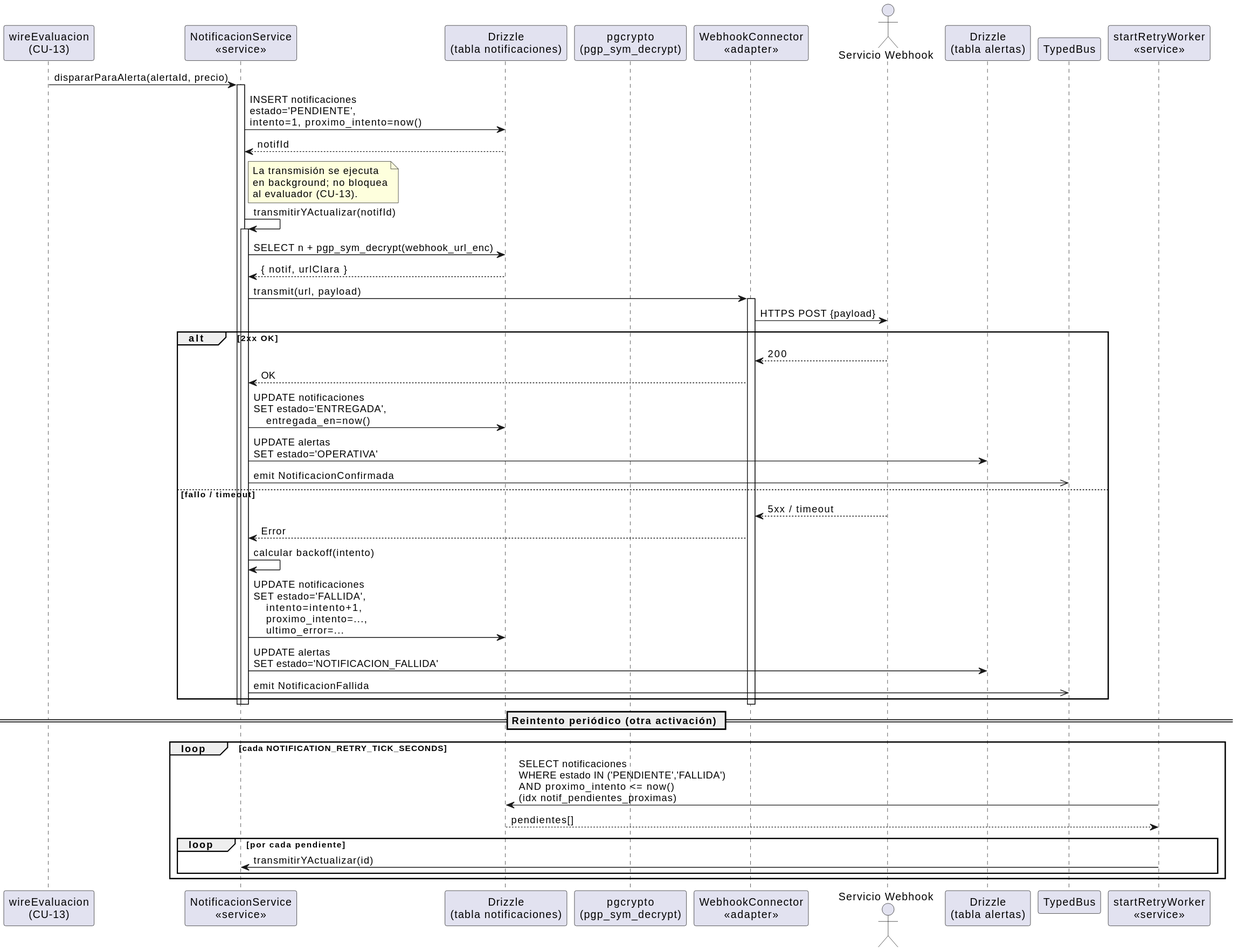
The PlantUML diagram imagenes/capitulo3/diseno-secuencia-CU-14.svg in nekiiiiis/tfg, before a commit.
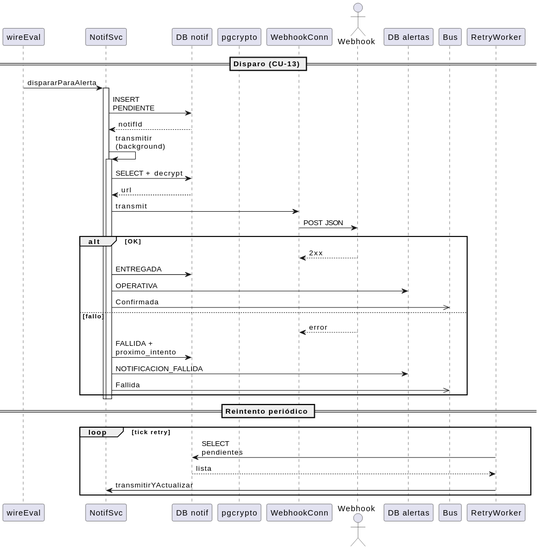
After the commit.

Change to the diagram source:
```diff
@@ -1,61 +1,50 @@
 @startuml
+scale 0.75
 skinparam shadowing false
+skinparam maxMessageSize 120
 
-participant "wireEvaluacion\n(CU-13)" as EV
-participant "NotificacionService\n<<service>>" as NS
-participant "Drizzle\n(tabla notificaciones)" as DB
-participant "pgcrypto\n(pgp_sym_decrypt)" as CRY
-participant "WebhookConnector\n<<adapter>>" as WHC
-actor "Servicio Webhook" as SW
-participant "Drizzle\n(tabla alertas)" as ADB
-participant "TypedBus" as BUS
+participant "wireEval" as EV
+participant "NotifSvc" as NS
+participant "DB notif" as DB
+participant "pgcrypto" as CRY
+participant "WebhookConn" as WHC
+actor "Webhook" as SW
+participant "DB alertas" as ADB
+participant "Bus" as BUS
+participant "RetryWorker" as RW
 
-EV -> NS : dispararParaAlerta(alertaId, precio)
+== Disparo (CU-13) ==
+
+EV -> NS : dispararParaAlerta
 activate NS
-
-NS -> DB : INSERT notificaciones\nestado='PENDIENTE',\nintento=1, proximo_intento=now()
+NS -> DB : INSERT PENDIENTE
 DB --> NS : notifId
-
-note right of NS
-  La transmisión se ejecuta
-  en background; no bloquea
-  al evaluador (CU-13).
-end note
-
-NS -> NS : transmitirYActualizar(notifId)
+NS -> NS : transmitir (background)
 activate NS
-NS -> DB : SELECT n + pgp_sym_decrypt(webhook_url_enc)
-DB --> NS : { notif, urlClara }
-NS -> WHC : transmit(url, payload)
-activate WHC
-WHC -> SW : HTTPS POST {payload}
-alt 2xx OK
-    SW --> WHC : 200
-    WHC --> NS : OK
-    NS -> DB : UPDATE notificaciones\nSET estado='ENTREGADA',\n    entregada_en=now()
-    NS -> ADB : UPDATE alertas\nSET estado='OPERATIVA'
-    NS ->> BUS : emit NotificacionConfirmada
-else fallo / timeout
-    SW --> WHC : 5xx / timeout
-    WHC --> NS : Error
-    NS -> NS : calcular backoff(intento)
-    NS -> DB : UPDATE notificaciones\nSET estado='FALLIDA',\n    intento=intento+1,\n    proximo_intento=...,\n    ultimo_error=...
-    NS -> ADB : UPDATE alertas\nSET estado='NOTIFICACION_FALLIDA'
-    NS ->> BUS : emit NotificacionFallida
+NS -> DB : SELECT + decrypt
+DB --> NS : url
+NS -> WHC : transmit
+WHC -> SW : POST JSON
+alt OK
+    SW --> WHC : 2xx
+    NS -> DB : ENTREGADA
+    NS -> ADB : OPERATIVA
+    NS ->> BUS : Confirmada
+else fallo
+    SW --> WHC : error
+    NS -> DB : FALLIDA + proximo_intento
+    NS -> ADB : NOTIFICACION_FALLIDA
+    NS ->> BUS : Fallida
 end
 deactivate WHC
 deactivate NS
 deactivate NS
 
-== Reintento periódico (otra activación) ==
+== Reintento periódico ==
 
-participant "startRetryWorker\n<<service>>" as RW
-
-loop cada NOTIFICATION_RETRY_TICK_SECONDS
-    RW -> DB : SELECT notificaciones\nWHERE estado IN ('PENDIENTE','FALLIDA')\nAND proximo_intento <= now()\n(idx notif_pendientes_proximas)
-    DB --> RW : pendientes[]
-    loop por cada pendiente
-        RW -> NS : transmitirYActualizar(id)
-    end
+loop tick retry
+    RW -> DB : SELECT pendientes
+    DB --> RW : lista
+    RW -> NS : transmitirYActualizar
 end
 @enduml
```
